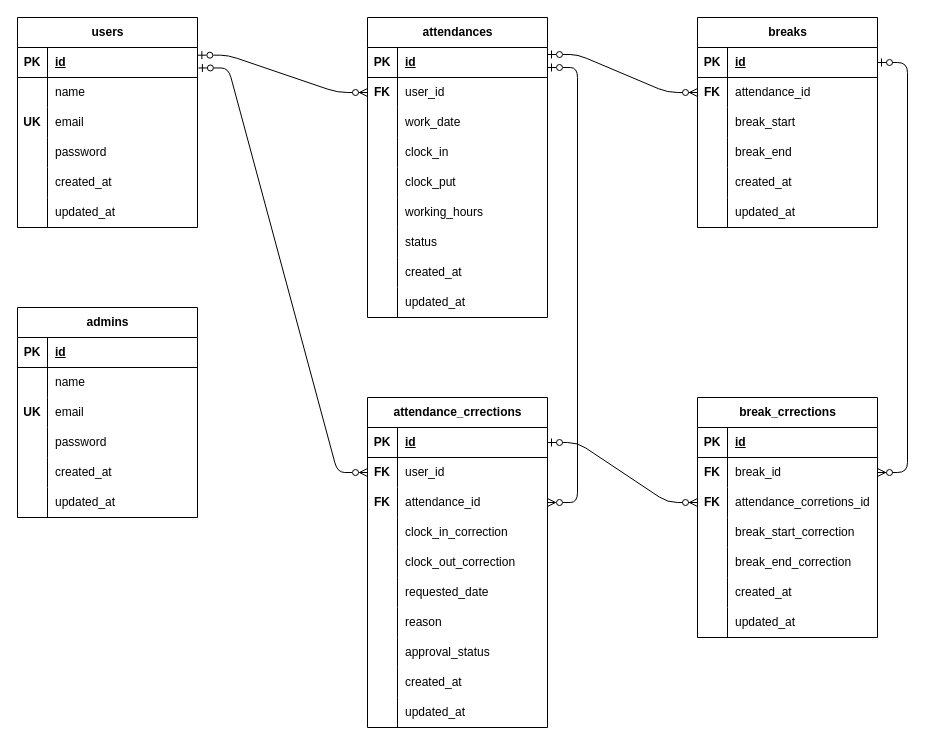
Above: erd.drawio in hktooooo/kintai-app (draw.io), before the change. Source tidied: cells renumbered, new cells numbered last; positions are measured from the earlier drawing's top-left corner, leaving out a move shared by most shapes. Both pictures are drawn from the tidied source at 100%, with x=0, y=0 at pixel (17, 17).
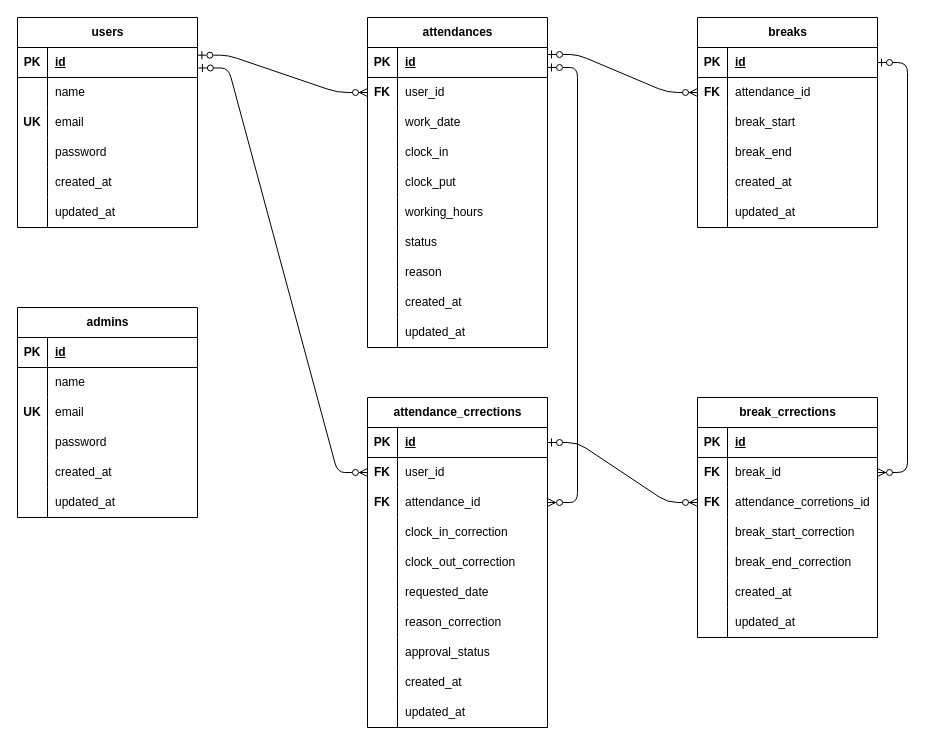
After the change.

Commit message:
READ ME編集

Unchanged cells that the change refers to:
```xml
<mxCell id="87" style="shape=tableRow;horizontal=0;startSize=0;swimlaneHead=0;swimlaneBody=0;fillColor=none;top=0;left=0;right=0;bottom=0;" parent="68" vertex="1">
  <mxGeometry y="210" width="180" height="30" as="geometry" />
</mxCell>
```

The edit, as a diff of the source:
```diff
@@
     <mxCell id="21" value="attendances" style="shape=table;startSize=30;childLayout=tableLayout;rowLines=0;fontStyle=1;align=center;html=1;" parent="1" vertex="1">
-      <mxGeometry x="350" width="180" height="300" as="geometry" />
+      <mxGeometry x="350" width="180" height="330" as="geometry" />
     </mxCell>
@@
+    <mxCell id="146" style="shape=tableRow;horizontal=0;startSize=0;swimlaneHead=0;swimlaneBody=0;fillColor=none;top=0;left=0;right=0;bottom=0;" parent="21" vertex="1">
+      <mxGeometry y="240" width="180" height="30" as="geometry" />
+    </mxCell>
+    <mxCell id="147" style="shape=partialRectangle;fillColor=none;top=0;left=0;bottom=0;right=0;overflow=hidden;whiteSpace=wrap;html=1;" parent="146" vertex="1">
+      <mxGeometry width="30" height="30" as="geometry" />
+    </mxCell>
+    <mxCell id="148" value="reason" style="shape=partialRectangle;fillColor=none;top=0;left=0;bottom=0;right=0;align=left;spacingLeft=6;overflow=hidden;whiteSpace=wrap;html=1;" parent="146" vertex="1">
+      <mxGeometry x="30" width="150" height="30" as="geometry" />
+    </mxCell>
     <mxCell id="43" style="shape=tableRow;horizontal=0;startSize=0;swimlaneHead=0;swimlaneBody=0;fillColor=none;top=0;left=0;right=0;bottom=0;" parent="21" vertex="1">
-      <mxGeometry y="240" width="180" height="30" as="geometry" />
+      <mxGeometry y="270" width="180" height="30" as="geometry" />
     </mxCell>
@@
     <mxCell id="46" style="shape=tableRow;horizontal=0;startSize=0;swimlaneHead=0;swimlaneBody=0;fillColor=none;top=0;left=0;right=0;bottom=0;" parent="21" vertex="1">
-      <mxGeometry y="270" width="180" height="30" as="geometry" />
+      <mxGeometry y="300" width="180" height="30" as="geometry" />
     </mxCell>
@@
-    <mxCell id="89" value="reason" style="shape=partialRectangle;fillColor=none;top=0;left=0;bottom=0;right=0;align=left;spacingLeft=6;overflow=hidden;whiteSpace=wrap;html=1;" parent="87" vertex="1">
+    <mxCell id="89" value="reason_correction" style="shape=partialRectangle;fillColor=none;top=0;left=0;bottom=0;right=0;align=left;spacingLeft=6;overflow=hidden;whiteSpace=wrap;html=1;" parent="87" vertex="1">
       <mxGeometry x="30" width="150" height="30" as="geometry" />
     </mxCell>
```
